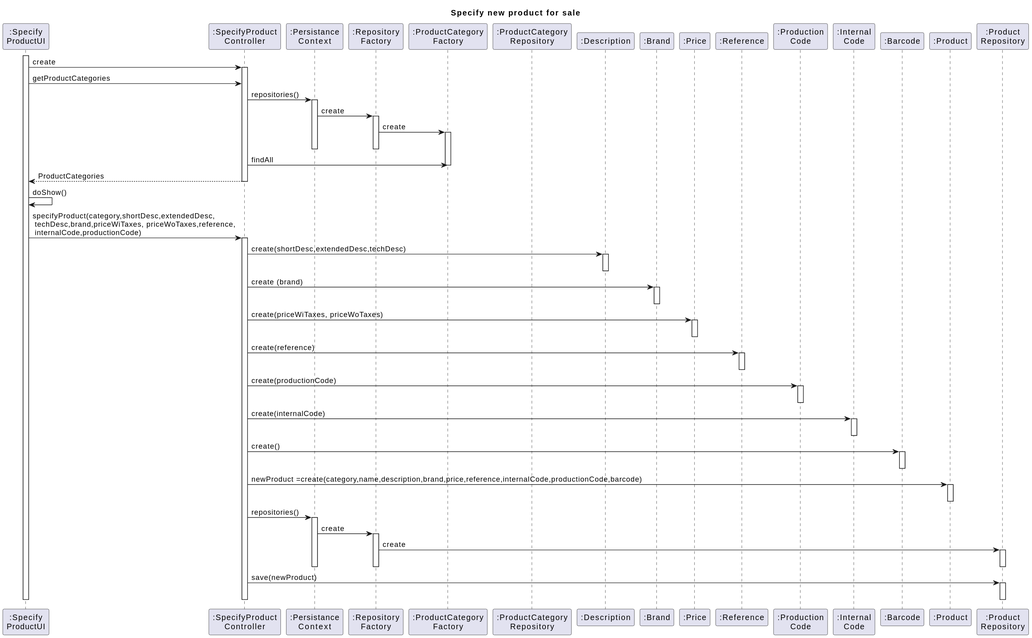
Above: docs/1201564/US1001/SD_1001.svg in RuiRioPina/LAPR4-21-22 (PlantUML), before the change.
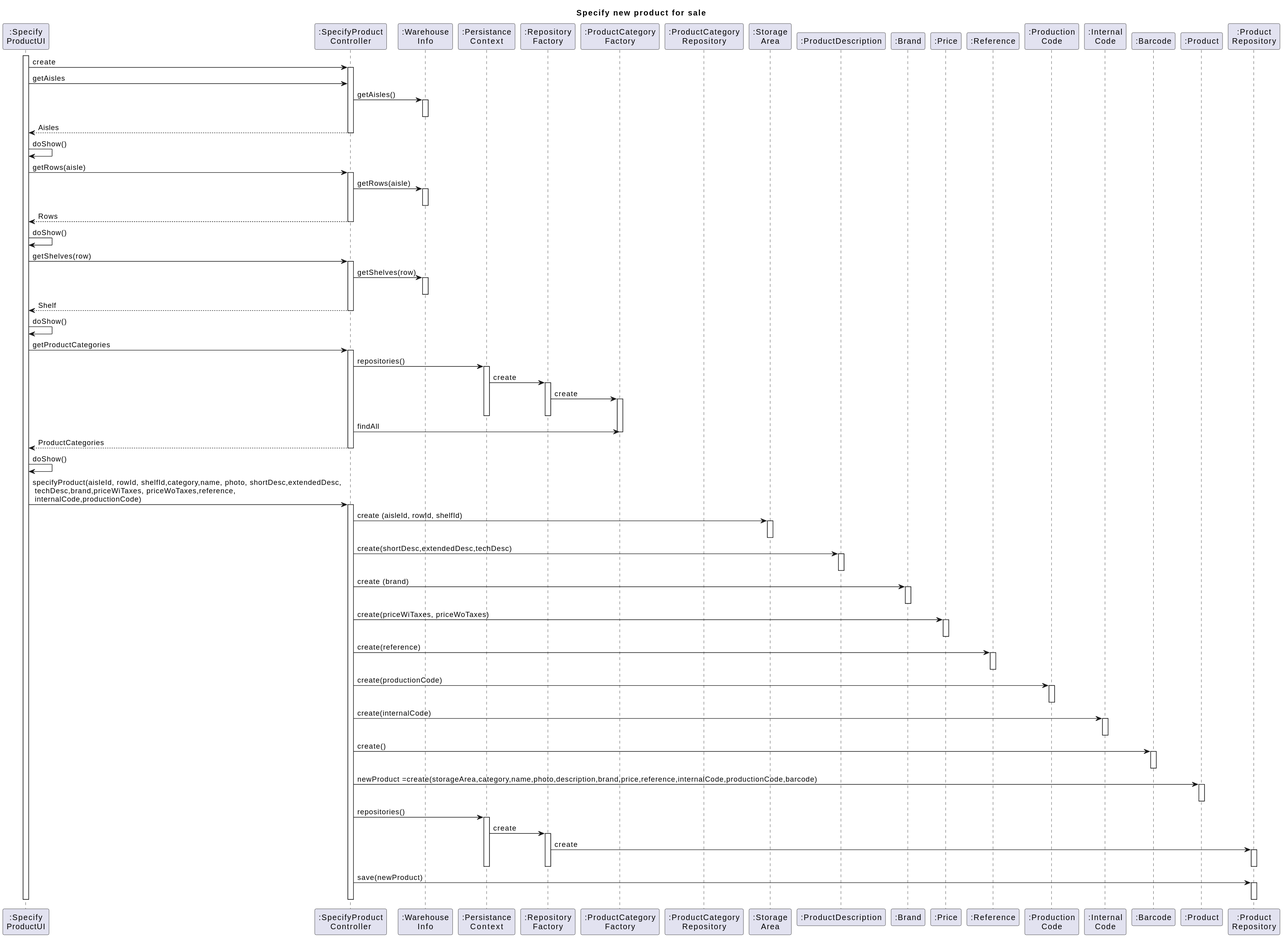
The same diagram one commit later.

Diff of the diagram source:
```diff
@@ -3,11 +3,13 @@
 
 participant ":Specify\nProductUI" as UI
 participant ":SpecifyProduct\nController" as CTRL
+participant  ":Warehouse\nInfo" as W
 participant ":Persistance\nContext" as PER
 participant ":Repository\nFactory" as REPFAC
 participant ":ProductCategory\nFactory" as PCFAC
 participant ":ProductCategory\nRepository" as PCREP
-participant ":Description" as DESC
+participant ":Storage\nArea" as STO
+participant ":ProductDescription" as DESC
 participant ":Brand" as BRA
 particIpant ":Price" as PR
 participant ":Reference" as REF
@@ -20,8 +22,34 @@
 activate UI
 UI -> CTRL : create
 activate CTRL
+UI -> CTRL : getAisles
+CTRL -> W : getAisles()
+activate W
+deactivate W
+CTRL --> UI : Aisles
+deactivate CTRL
+UI -> UI : doShow()
+
+UI -> CTRL : getRows(aisle)
+activate CTRL
+CTRL -> W : getRows(aisle)
+activate W
+deactivate W
+CTRL --> UI : Rows
+deactivate CTRL
+UI -> UI : doShow()
+
+UI -> CTRL : getShelves(row)
+activate CTRL
+CTRL -> W : getShelves(row)
+activate W
+deactivate W
+CTRL --> UI : Shelf
+deactivate CTRL
+UI -> UI : doShow()
+
 UI -> CTRL : getProductCategories
-
+activate CTRL
 CTRL -> PER : repositories()
 activate PER
 PER -> REPFAC : create
@@ -35,8 +63,11 @@
 CTRL --> UI : ProductCategories
 deactivate CTRL
 UI -> UI : doShow()
-UI -> CTRL :specifyProduct(category,shortDesc,extendedDesc,\n techDesc,brand,priceWiTaxes, priceWoTaxes,reference,\n internalCode,productionCode)
+UI -> CTRL :specifyProduct(aisleId, rowId, shelfId,category,name, photo, shortDesc,extendedDesc,\n techDesc,brand,priceWiTaxes, priceWoTaxes,reference,\n internalCode,productionCode)
 activate CTRL
+CTRL -> STO : create (aisleId, rowId, shelfId)
+activate STO
+deactivate STO
 CTRL -> DESC : create(shortDesc,extendedDesc,techDesc)
 activate DESC
 deactivate DESC
@@ -58,7 +89,7 @@
 CTRL -> BAR : create()
 activate BAR
 deactivate BAR
-CTRL -> PRO : newProduct =create(category,name,description,brand,price,reference,internalCode,productionCode,barcode)
+CTRL -> PRO : newProduct =create(storageArea,category,name,photo,description,brand,price,reference,internalCode,productionCode,barcode)
 activate PRO
 deactivate PRO
 CTRL -> PER : repositories()
```
